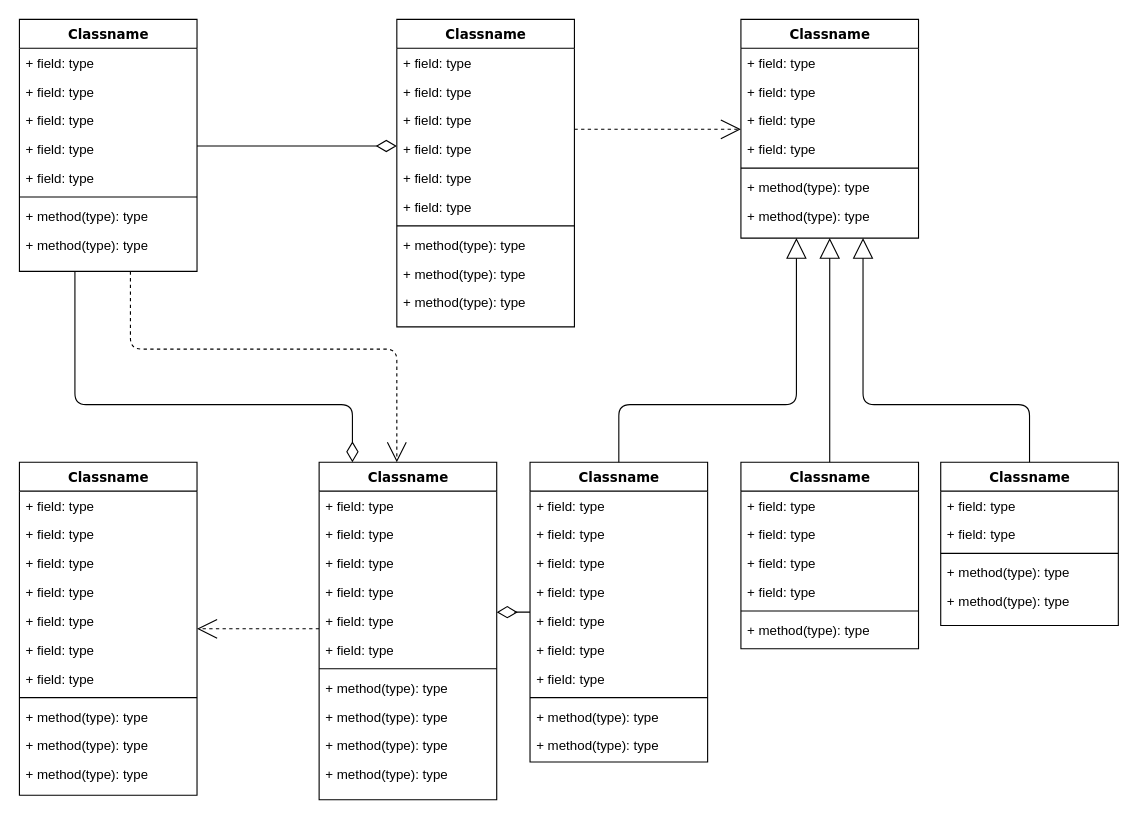
Earlier version of the draw.io diagram Untitled Diagram.drawio (dev-mahir/school-management-system). Source tidied: cells renumbered, new cells numbered last; positions are measured from the earlier drawing's top-left corner, leaving out a move shared by most shapes. Both pictures are drawn from the tidied source at 111%, with x=0, y=0 at pixel (19, 19).
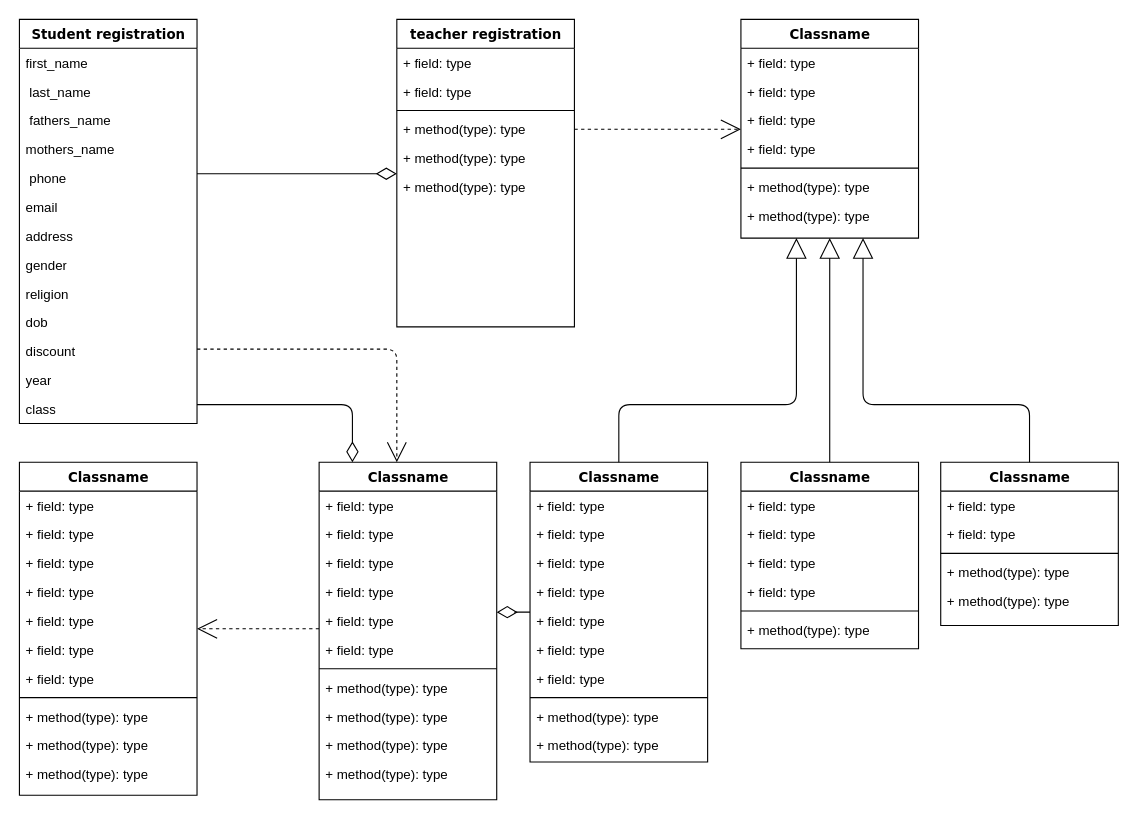
The same diagram, later.

What changed in the source:
```diff
@@
-    <mxCell id="4" value="Classname" style="swimlane;html=1;fontStyle=1;align=center;verticalAlign=top;horizontal=1;startSize=26;swimlaneFillColor=#ffffff;rounded=0;shadow=0;comic=0;labelBackgroundColor=none;strokeWidth=1;fillColor=none;fontFamily=Verdana;fontSize=12;" parent="1" vertex="1">
-      <mxGeometry width="160" height="227" as="geometry" />
+    <mxCell id="4" value="Student registration" style="swimlane;html=1;fontStyle=1;align=center;verticalAlign=top;horizontal=1;startSize=26;swimlaneFillColor=#ffffff;rounded=0;shadow=0;comic=0;labelBackgroundColor=none;strokeWidth=1;fillColor=none;fontFamily=Verdana;fontSize=12;" parent="1" vertex="1">
+      <mxGeometry width="160" height="364" as="geometry" />
     </mxCell>
-    <mxCell id="5" value="+ field: type" style="text;html=1;strokeColor=none;fillColor=none;align=left;verticalAlign=top;spacingLeft=4;spacingRight=4;whiteSpace=wrap;overflow=hidden;" parent="4" vertex="1">
+    <mxCell id="5" value="first_name" style="text;html=1;strokeColor=none;fillColor=none;align=left;verticalAlign=top;spacingLeft=4;spacingRight=4;whiteSpace=wrap;overflow=hidden;" parent="4" vertex="1">
       <mxGeometry y="26" width="160" height="26" as="geometry" />
     </mxCell>
-    <mxCell id="6" value="+ field: type" style="text;html=1;strokeColor=none;fillColor=none;align=left;verticalAlign=top;spacingLeft=4;spacingRight=4;whiteSpace=wrap;overflow=hidden;" parent="4" vertex="1">
+    <mxCell id="6" value="&amp;nbsp;last_name" style="text;html=1;strokeColor=none;fillColor=none;align=left;verticalAlign=top;spacingLeft=4;spacingRight=4;whiteSpace=wrap;overflow=hidden;" parent="4" vertex="1">
       <mxGeometry y="52" width="160" height="26" as="geometry" />
     </mxCell>
-    <mxCell id="7" value="+ field: type" style="text;html=1;strokeColor=none;fillColor=none;align=left;verticalAlign=top;spacingLeft=4;spacingRight=4;whiteSpace=wrap;overflow=hidden;" parent="4" vertex="1">
+    <mxCell id="7" value="&amp;nbsp;fathers_name" style="text;html=1;strokeColor=none;fillColor=none;align=left;verticalAlign=top;spacingLeft=4;spacingRight=4;whiteSpace=wrap;overflow=hidden;" parent="4" vertex="1">
       <mxGeometry y="78" width="160" height="26" as="geometry" />
     </mxCell>
-    <mxCell id="8" value="+ field: type" style="text;html=1;strokeColor=none;fillColor=none;align=left;verticalAlign=top;spacingLeft=4;spacingRight=4;whiteSpace=wrap;overflow=hidden;" parent="4" vertex="1">
+    <mxCell id="8" value="mothers_name" style="text;html=1;strokeColor=none;fillColor=none;align=left;verticalAlign=top;spacingLeft=4;spacingRight=4;whiteSpace=wrap;overflow=hidden;" parent="4" vertex="1">
       <mxGeometry y="104" width="160" height="26" as="geometry" />
     </mxCell>
-    <mxCell id="9" value="+ field: type" style="text;html=1;strokeColor=none;fillColor=none;align=left;verticalAlign=top;spacingLeft=4;spacingRight=4;whiteSpace=wrap;overflow=hidden;" parent="4" vertex="1">
+    <mxCell id="9" value="&amp;nbsp;phone" style="text;html=1;strokeColor=none;fillColor=none;align=left;verticalAlign=top;spacingLeft=4;spacingRight=4;whiteSpace=wrap;overflow=hidden;" parent="4" vertex="1">
       <mxGeometry y="130" width="160" height="26" as="geometry" />
     </mxCell>
-    <mxCell id="10" style="line;html=1;strokeWidth=1;fillColor=none;align=left;verticalAlign=middle;spacingTop=-1;spacingLeft=3;spacingRight=3;labelPosition=right;" parent="4" vertex="1">
-      <mxGeometry y="156" width="160" height="8" as="geometry" />
-    </mxCell>
-    <mxCell id="11" value="+ method(type): type" style="text;html=1;strokeColor=none;fillColor=none;align=left;verticalAlign=top;spacingLeft=4;spacingRight=4;whiteSpace=wrap;overflow=hidden;" parent="4" vertex="1">
-      <mxGeometry y="164" width="160" height="26" as="geometry" />
-    </mxCell>
-    <mxCell id="12" value="+ method(type): type" style="text;html=1;strokeColor=none;fillColor=none;align=left;verticalAlign=top;spacingLeft=4;spacingRight=4;whiteSpace=wrap;overflow=hidden;" parent="4" vertex="1">
-      <mxGeometry y="190" width="160" height="26" as="geometry" />
-    </mxCell>
+    <mxCell id="87" value="email" style="text;html=1;strokeColor=none;fillColor=none;align=left;verticalAlign=top;spacingLeft=4;spacingRight=4;whiteSpace=wrap;overflow=hidden;" parent="4" vertex="1">
+      <mxGeometry y="156" width="160" height="26" as="geometry" />
+    </mxCell>
+    <mxCell id="88" value="address" style="text;html=1;strokeColor=none;fillColor=none;align=left;verticalAlign=top;spacingLeft=4;spacingRight=4;whiteSpace=wrap;overflow=hidden;" parent="4" vertex="1">
+      <mxGeometry y="182" width="160" height="26" as="geometry" />
+    </mxCell>
+    <mxCell id="89" value="gender&lt;br&gt;" style="text;html=1;strokeColor=none;fillColor=none;align=left;verticalAlign=top;spacingLeft=4;spacingRight=4;whiteSpace=wrap;overflow=hidden;" parent="4" vertex="1">
+      <mxGeometry y="208" width="160" height="26" as="geometry" />
+    </mxCell>
+    <mxCell id="90" value="religion" style="text;html=1;strokeColor=none;fillColor=none;align=left;verticalAlign=top;spacingLeft=4;spacingRight=4;whiteSpace=wrap;overflow=hidden;" parent="4" vertex="1">
+      <mxGeometry y="234" width="160" height="26" as="geometry" />
+    </mxCell>
+    <mxCell id="91" value="dob" style="text;html=1;strokeColor=none;fillColor=none;align=left;verticalAlign=top;spacingLeft=4;spacingRight=4;whiteSpace=wrap;overflow=hidden;" parent="4" vertex="1">
+      <mxGeometry y="260" width="160" height="26" as="geometry" />
+    </mxCell>
+    <mxCell id="92" value="discount" style="text;html=1;strokeColor=none;fillColor=none;align=left;verticalAlign=top;spacingLeft=4;spacingRight=4;whiteSpace=wrap;overflow=hidden;" parent="4" vertex="1">
+      <mxGeometry y="286" width="160" height="26" as="geometry" />
+    </mxCell>
+    <mxCell id="93" value="year" style="text;html=1;strokeColor=none;fillColor=none;align=left;verticalAlign=top;spacingLeft=4;spacingRight=4;whiteSpace=wrap;overflow=hidden;" parent="4" vertex="1">
+      <mxGeometry y="312" width="160" height="26" as="geometry" />
+    </mxCell>
+    <mxCell id="94" value="class" style="text;html=1;strokeColor=none;fillColor=none;align=left;verticalAlign=top;spacingLeft=4;spacingRight=4;whiteSpace=wrap;overflow=hidden;" parent="4" vertex="1">
+      <mxGeometry y="338" width="160" height="26" as="geometry" />
+    </mxCell>
@@
-    <mxCell id="14" value="Classname" style="swimlane;html=1;fontStyle=1;align=center;verticalAlign=top;horizontal=1;startSize=26;swimlaneFillColor=#ffffff;rounded=0;shadow=0;comic=0;labelBackgroundColor=none;strokeWidth=1;fillColor=none;fontFamily=Verdana;fontSize=12;" parent="1" vertex="1">
+    <mxCell id="14" value="teacher registration" style="swimlane;html=1;fontStyle=1;align=center;verticalAlign=top;horizontal=1;startSize=26;swimlaneFillColor=#ffffff;rounded=0;shadow=0;comic=0;labelBackgroundColor=none;strokeWidth=1;fillColor=none;fontFamily=Verdana;fontSize=12;" parent="1" vertex="1">
       <mxGeometry x="340" width="160" height="277" as="geometry" />
     </mxCell>
-    <mxCell id="15" value="+ field: type" style="text;html=1;strokeColor=none;fillColor=none;align=left;verticalAlign=top;spacingLeft=4;spacingRight=4;whiteSpace=wrap;overflow=hidden;" parent="14" vertex="1">
-      <mxGeometry y="26" width="160" height="26" as="geometry" />
-    </mxCell>
-    <mxCell id="16" value="+ field: type" style="text;html=1;strokeColor=none;fillColor=none;align=left;verticalAlign=top;spacingLeft=4;spacingRight=4;whiteSpace=wrap;overflow=hidden;" parent="14" vertex="1">
-      <mxGeometry y="52" width="160" height="26" as="geometry" />
-    </mxCell>
-    <mxCell id="17" value="+ field: type" style="text;html=1;strokeColor=none;fillColor=none;align=left;verticalAlign=top;spacingLeft=4;spacingRight=4;whiteSpace=wrap;overflow=hidden;" parent="14" vertex="1">
-      <mxGeometry y="78" width="160" height="26" as="geometry" />
-    </mxCell>
     <mxCell id="18" value="+ field: type" style="text;html=1;strokeColor=none;fillColor=none;align=left;verticalAlign=top;spacingLeft=4;spacingRight=4;whiteSpace=wrap;overflow=hidden;" parent="14" vertex="1">
-      <mxGeometry y="104" width="160" height="26" as="geometry" />
+      <mxGeometry y="26" width="160" height="26" as="geometry" />
     </mxCell>
-    <mxCell id="19" value="+ field: type" style="text;html=1;strokeColor=none;fillColor=none;align=left;verticalAlign=top;spacingLeft=4;spacingRight=4;whiteSpace=wrap;overflow=hidden;" parent="14" vertex="1">
-      <mxGeometry y="130" width="160" height="26" as="geometry" />
-    </mxCell>
     <mxCell id="20" value="+ field: type" style="text;html=1;strokeColor=none;fillColor=none;align=left;verticalAlign=top;spacingLeft=4;spacingRight=4;whiteSpace=wrap;overflow=hidden;" parent="14" vertex="1">
-      <mxGeometry y="156" width="160" height="26" as="geometry" />
+      <mxGeometry y="52" width="160" height="26" as="geometry" />
     </mxCell>
     <mxCell id="21" style="line;html=1;strokeWidth=1;fillColor=none;align=left;verticalAlign=middle;spacingTop=-1;spacingLeft=3;spacingRight=3;labelPosition=right;" parent="14" vertex="1">
-      <mxGeometry y="182" width="160" height="8" as="geometry" />
+      <mxGeometry y="78" width="160" height="8" as="geometry" />
     </mxCell>
     <mxCell id="22" value="+ method(type): type" style="text;html=1;strokeColor=none;fillColor=none;align=left;verticalAlign=top;spacingLeft=4;spacingRight=4;whiteSpace=wrap;overflow=hidden;" parent="14" vertex="1">
-      <mxGeometry y="190" width="160" height="26" as="geometry" />
+      <mxGeometry y="86" width="160" height="26" as="geometry" />
     </mxCell>
     <mxCell id="23" value="+ method(type): type" style="text;html=1;strokeColor=none;fillColor=none;align=left;verticalAlign=top;spacingLeft=4;spacingRight=4;whiteSpace=wrap;overflow=hidden;" parent="14" vertex="1">
-      <mxGeometry y="216" width="160" height="26" as="geometry" />
+      <mxGeometry y="112" width="160" height="26" as="geometry" />
     </mxCell>
     <mxCell id="24" value="+ method(type): type" style="text;html=1;strokeColor=none;fillColor=none;align=left;verticalAlign=top;spacingLeft=4;spacingRight=4;whiteSpace=wrap;overflow=hidden;" parent="14" vertex="1">
-      <mxGeometry y="242" width="160" height="26" as="geometry" />
+      <mxGeometry y="138" width="160" height="26" as="geometry" />
     </mxCell>
```
